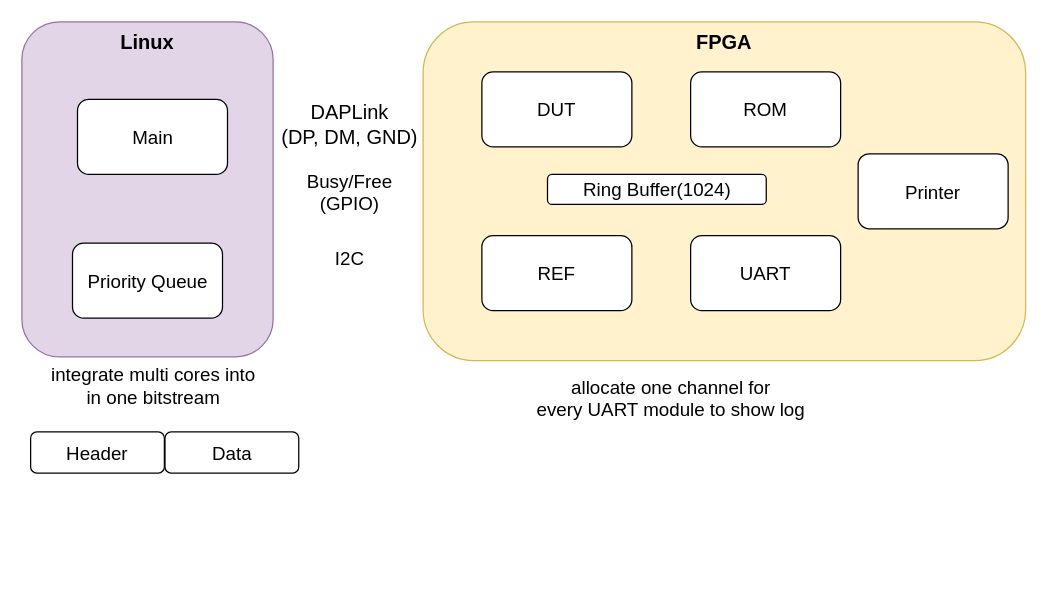
Earlier version of the draw.io diagram page "single mode" (1 of 2) of arch.drawio (microdynamics-cpu/tree-core-sim-res). Source tidied: cells renumbered, new cells numbered last; positions are measured from the earlier drawing's top-left corner, leaving out a move shared by most shapes. Both pictures are drawn from the tidied source at 125%, with x=0, y=0 at pixel (21, 21).
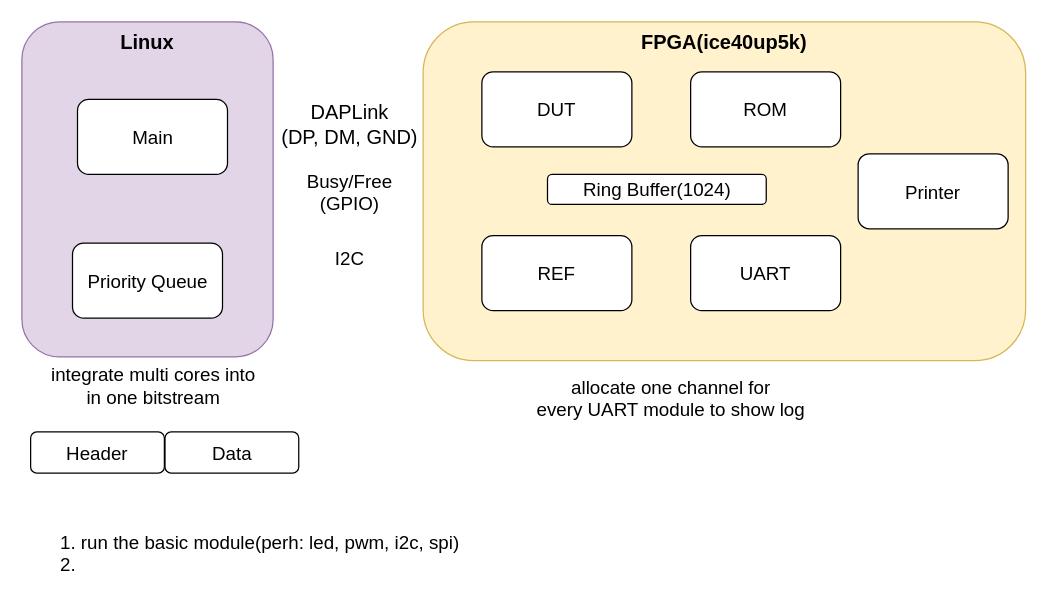
The same diagram, later.

Commit message:
feat: modify arch design file

The edit, as a diff of the source:
```diff
@@
 <mxGraphModel>
   <root>
     <mxCell id="0" />
     <mxCell id="1" parent="0" />
-    <mxCell id="2" value="&lt;b&gt;&lt;font style=&quot;font-size: 16px&quot;&gt;FPGA&lt;/font&gt;&lt;/b&gt;" style="rounded=1;whiteSpace=wrap;html=1;fillColor=#fff2cc;strokeColor=#d6b656;align=center;verticalAlign=top;" parent="1" vertex="1">
+    <mxCell id="2" value="&lt;b&gt;&lt;font style=&quot;font-size: 16px&quot;&gt;FPGA(ice40up5k)&lt;/font&gt;&lt;/b&gt;" style="rounded=1;whiteSpace=wrap;html=1;fillColor=#fff2cc;strokeColor=#d6b656;align=center;verticalAlign=top;" parent="1" vertex="1">
       <mxGeometry x="321" width="482" height="271" as="geometry" />
     </mxCell>
     <mxCell id="3" value="&lt;b&gt;Linux&lt;/b&gt;" style="rounded=1;whiteSpace=wrap;html=1;fontSize=16;fillColor=#e1d5e7;strokeColor=#9673a6;verticalAlign=top;" parent="1" vertex="1">
       <mxGeometry width="201" height="268" as="geometry" />
     </mxCell>
     <mxCell id="4" value="DAPLink&lt;br&gt;(DP, DM, GND)" style="text;html=1;align=center;verticalAlign=middle;strokeColor=none;fillColor=none;fontSize=16;gradientColor=none;" parent="1" vertex="1">
       <mxGeometry x="202" y="61" width="119" height="42" as="geometry" />
     </mxCell>
     <mxCell id="5" value="Busy/Free&lt;br style=&quot;font-size: 15px&quot;&gt;(GPIO)" style="text;html=1;align=center;verticalAlign=middle;strokeColor=none;fillColor=none;fontStyle=0;fontSize=15;" parent="1" vertex="1">
       <mxGeometry x="222.5" y="115.5" width="78" height="40" as="geometry" />
     </mxCell>
     <mxCell id="6" value="DUT" style="rounded=1;whiteSpace=wrap;html=1;fontSize=15;" parent="1" vertex="1">
       <mxGeometry x="368" y="40" width="120" height="60" as="geometry" />
     </mxCell>
     <mxCell id="7" value="ROM" style="rounded=1;whiteSpace=wrap;html=1;fontSize=15;" parent="1" vertex="1">
       <mxGeometry x="535" y="40" width="120" height="60" as="geometry" />
     </mxCell>
     <mxCell id="8" value="REF" style="rounded=1;whiteSpace=wrap;html=1;fontSize=15;" parent="1" vertex="1">
       <mxGeometry x="368" y="171" width="120" height="60" as="geometry" />
     </mxCell>
     <mxCell id="9" value="Ring Buffer(1024)" style="rounded=1;whiteSpace=wrap;html=1;fontSize=15;" parent="1" vertex="1">
       <mxGeometry x="420.5" y="122" width="175" height="24" as="geometry" />
     </mxCell>
     <mxCell id="10" value="Header" style="rounded=1;whiteSpace=wrap;html=1;fontSize=15;" parent="1" vertex="1">
       <mxGeometry x="7" y="328" width="107" height="33" as="geometry" />
     </mxCell>
     <mxCell id="11" value="Data" style="rounded=1;whiteSpace=wrap;html=1;fontSize=15;" parent="1" vertex="1">
       <mxGeometry x="114.5" y="328" width="107" height="33" as="geometry" />
     </mxCell>
     <mxCell id="12" value="Priority Queue" style="rounded=1;whiteSpace=wrap;html=1;fontSize=15;" parent="1" vertex="1">
       <mxGeometry x="40.5" y="177" width="120" height="60" as="geometry" />
     </mxCell>
     <mxCell id="13" value="integrate multi cores into&lt;br&gt;in one bitstream" style="text;html=1;align=center;verticalAlign=middle;strokeColor=none;fillColor=none;fontSize=15;" parent="1" vertex="1">
       <mxGeometry x="18" y="271" width="173" height="40" as="geometry" />
     </mxCell>
     <mxCell id="14" value="UART" style="rounded=1;whiteSpace=wrap;html=1;fontSize=15;" parent="1" vertex="1">
       <mxGeometry x="535" y="171" width="120" height="60" as="geometry" />
     </mxCell>
     <mxCell id="15" value="allocate one channel for&lt;br&gt;every UART module to show log" style="text;html=1;align=center;verticalAlign=middle;strokeColor=none;fillColor=none;fontSize=15;" parent="1" vertex="1">
       <mxGeometry x="406" y="281" width="225" height="40" as="geometry" />
     </mxCell>
     <mxCell id="16" value="Printer" style="rounded=1;whiteSpace=wrap;html=1;fontSize=15;" parent="1" vertex="1">
       <mxGeometry x="669" y="105.5" width="120" height="60" as="geometry" />
     </mxCell>
     <mxCell id="17" value="Main" style="rounded=1;whiteSpace=wrap;html=1;fontSize=15;" parent="1" vertex="1">
       <mxGeometry x="44.5" y="62" width="120" height="60" as="geometry" />
     </mxCell>
     <mxCell id="18" value="I2C" style="text;html=1;align=center;verticalAlign=middle;strokeColor=none;fillColor=none;fontStyle=0;fontSize=15;" parent="1" vertex="1">
       <mxGeometry x="245" y="178" width="33" height="22" as="geometry" />
     </mxCell>
+    <mxCell id="19" value="1. run the basic module(perh: led, pwm, i2c, spi)&lt;br&gt;2.&amp;nbsp;" style="text;html=1;align=left;verticalAlign=middle;strokeColor=none;fillColor=none;fontStyle=0;fontSize=15;" parent="1" vertex="1">
+      <mxGeometry x="29" y="405" width="329" height="40" as="geometry" />
+    </mxCell>
   </root>
 </mxGraphModel>
```
